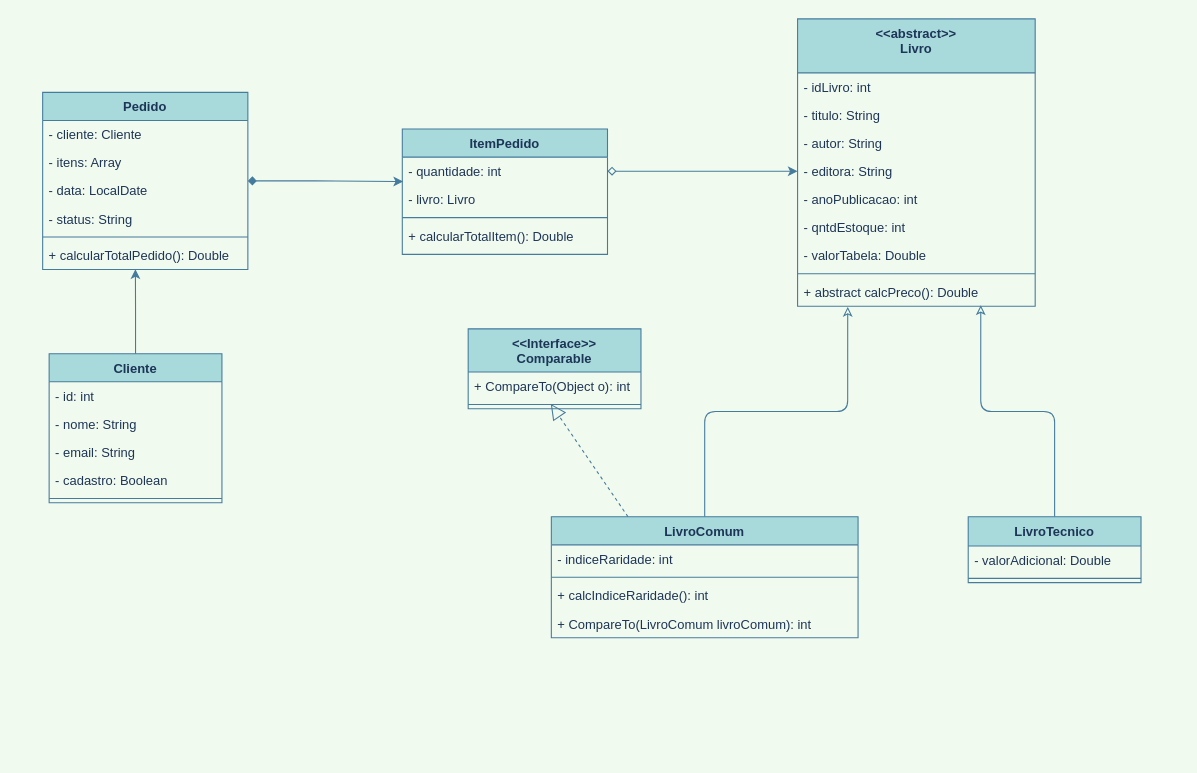
Silvanoeng/CheckpointPOO keeps this draw.io diagram as DiagramaUML/POO-Checkpoint-UML-Diagram.drawio. Above is the earlier version. Source tidied: cells renumbered, new cells numbered last; positions are measured from the earlier drawing's top-left corner, leaving out a move shared by most shapes. Both pictures are drawn from the tidied source at 108%, with x=0, y=0 at pixel (42, 18).
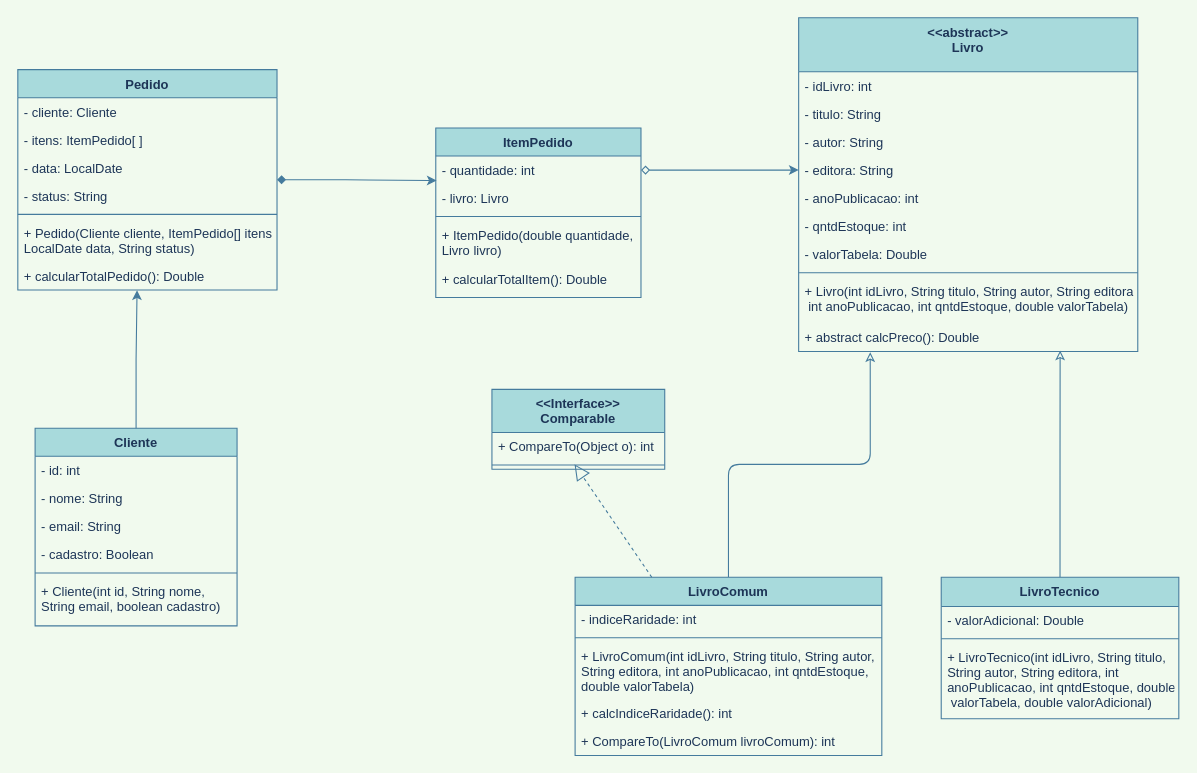
The same diagram, later.

Commit message (it also covers changes not shown here):
alteração UML

Diff of the diagram source:
```diff
@@
     <mxCell id="2" value="&lt;&lt;abstract&gt;&gt;&#10;Livro" style="swimlane;fontStyle=1;align=center;verticalAlign=top;horizontal=1;startSize=50;fillColor=#A8DADC;strokeColor=#457B9D;fontColor=#1D3557;" parent="1" vertex="1">
-      <mxGeometry x="699" width="220" height="266" as="geometry" />
+      <mxGeometry x="700" y="-1" width="314" height="309" as="geometry" />
     </mxCell>
     <mxCell id="3" value="- idLivro: int" style="text;strokeColor=none;fillColor=none;align=left;verticalAlign=top;spacingLeft=4;spacingRight=4;overflow=hidden;fontColor=#1D3557;" parent="2" vertex="1">
-      <mxGeometry y="50" width="220" height="26" as="geometry" />
+      <mxGeometry y="50" width="314" height="26" as="geometry" />
     </mxCell>
     <mxCell id="4" value="- titulo: String" style="text;strokeColor=none;fillColor=none;align=left;verticalAlign=top;spacingLeft=4;spacingRight=4;overflow=hidden;fontColor=#1D3557;" parent="2" vertex="1">
-      <mxGeometry y="76" width="220" height="26" as="geometry" />
+      <mxGeometry y="76" width="314" height="26" as="geometry" />
     </mxCell>
     <mxCell id="5" value="- autor: String" style="text;strokeColor=none;fillColor=none;align=left;verticalAlign=top;spacingLeft=4;spacingRight=4;overflow=hidden;fontColor=#1D3557;" parent="2" vertex="1">
-      <mxGeometry y="102" width="220" height="26" as="geometry" />
+      <mxGeometry y="102" width="314" height="26" as="geometry" />
     </mxCell>
     <mxCell id="6" value="- editora: String" style="text;strokeColor=none;fillColor=none;align=left;verticalAlign=top;spacingLeft=4;spacingRight=4;overflow=hidden;points=[[0,0.5],[1,0.5]];portConstraint=eastwest;fontColor=#1D3557;" parent="2" vertex="1">
-      <mxGeometry y="128" width="220" height="26" as="geometry" />
+      <mxGeometry y="128" width="314" height="26" as="geometry" />
     </mxCell>
     <mxCell id="7" value="- anoPublicacao: int" style="text;strokeColor=none;fillColor=none;align=left;verticalAlign=top;spacingLeft=4;spacingRight=4;overflow=hidden;fontColor=#1D3557;" parent="2" vertex="1">
-      <mxGeometry y="154" width="220" height="26" as="geometry" />
+      <mxGeometry y="154" width="314" height="26" as="geometry" />
     </mxCell>
     <mxCell id="8" value="- qntdEstoque: int" style="text;strokeColor=none;fillColor=none;align=left;verticalAlign=top;spacingLeft=4;spacingRight=4;overflow=hidden;fontColor=#1D3557;" parent="2" vertex="1">
-      <mxGeometry y="180" width="220" height="26" as="geometry" />
+      <mxGeometry y="180" width="314" height="26" as="geometry" />
     </mxCell>
     <mxCell id="9" value="- valorTabela: Double" style="text;strokeColor=none;fillColor=none;align=left;verticalAlign=top;spacingLeft=4;spacingRight=4;overflow=hidden;fontColor=#1D3557;" parent="2" vertex="1">
-      <mxGeometry y="206" width="220" height="26" as="geometry" />
+      <mxGeometry y="206" width="314" height="26" as="geometry" />
     </mxCell>
     <mxCell id="10" style="line;strokeWidth=1;fillColor=none;align=left;verticalAlign=middle;spacingTop=-1;spacingLeft=3;spacingRight=3;labelPosition=right;labelBackgroundColor=#F1FAEE;strokeColor=#457B9D;fontColor=#1D3557;" parent="2" vertex="1">
-      <mxGeometry y="232" width="220" height="8" as="geometry" />
+      <mxGeometry y="232" width="314" height="8" as="geometry" />
     </mxCell>
+    <mxCell id="47" value="+ Livro(int idLivro, String titulo, String autor, String editora,&#10; int anoPublicacao, int qntdEstoque, double valorTabela)" style="text;strokeColor=none;fillColor=none;align=left;verticalAlign=top;spacingLeft=4;spacingRight=4;overflow=hidden;fontColor=#1D3557;" parent="2" vertex="1">
+      <mxGeometry y="240" width="314" height="43" as="geometry" />
+    </mxCell>
     <mxCell id="11" value="+ abstract calcPreco(): Double" style="text;strokeColor=none;fillColor=none;align=left;verticalAlign=top;spacingLeft=4;spacingRight=4;overflow=hidden;points=[[0,0.5],[1,0.5]];portConstraint=eastwest;fontColor=#1D3557;" parent="2" vertex="1">
-      <mxGeometry y="240" width="220" height="26" as="geometry" />
+      <mxGeometry y="283" width="314" height="26" as="geometry" />
     </mxCell>
     <mxCell id="12" value="Cliente" style="swimlane;fontStyle=1;align=center;verticalAlign=top;horizontal=1;startSize=26;fillColor=#A8DADC;strokeColor=#457B9D;fontColor=#1D3557;" parent="1" vertex="1">
-      <mxGeometry x="6" y="310" width="160" height="138" as="geometry" />
+      <mxGeometry x="-7" y="379" width="187" height="183" as="geometry" />
     </mxCell>
     <mxCell id="13" value="- id: int" style="text;strokeColor=none;fillColor=none;align=left;verticalAlign=top;spacingLeft=4;spacingRight=4;overflow=hidden;fontColor=#1D3557;" parent="12" vertex="1">
-      <mxGeometry y="26" width="160" height="26" as="geometry" />
+      <mxGeometry y="26" width="187" height="26" as="geometry" />
     </mxCell>
     <mxCell id="14" value="- nome: String" style="text;strokeColor=none;fillColor=none;align=left;verticalAlign=top;spacingLeft=4;spacingRight=4;overflow=hidden;fontColor=#1D3557;" parent="12" vertex="1">
-      <mxGeometry y="52" width="160" height="26" as="geometry" />
+      <mxGeometry y="52" width="187" height="26" as="geometry" />
     </mxCell>
     <mxCell id="15" value="- email: String" style="text;strokeColor=none;fillColor=none;align=left;verticalAlign=top;spacingLeft=4;spacingRight=4;overflow=hidden;fontColor=#1D3557;" parent="12" vertex="1">
-      <mxGeometry y="78" width="160" height="26" as="geometry" />
+      <mxGeometry y="78" width="187" height="26" as="geometry" />
     </mxCell>
     <mxCell id="16" value="- cadastro: Boolean" style="text;strokeColor=none;fillColor=none;align=left;verticalAlign=top;spacingLeft=4;spacingRight=4;overflow=hidden;fontColor=#1D3557;" parent="12" vertex="1">
-      <mxGeometry y="104" width="160" height="26" as="geometry" />
+      <mxGeometry y="104" width="187" height="26" as="geometry" />
     </mxCell>
     <mxCell id="17" style="line;strokeWidth=1;fillColor=none;align=left;verticalAlign=middle;spacingTop=-1;spacingLeft=3;spacingRight=3;labelPosition=right;labelBackgroundColor=#F1FAEE;strokeColor=#457B9D;fontColor=#1D3557;" parent="12" vertex="1">
-      <mxGeometry y="130" width="160" height="8" as="geometry" />
+      <mxGeometry y="130" width="187" height="8" as="geometry" />
     </mxCell>
+    <mxCell id="48" value="+ Cliente(int id, String nome, &#10;String email, boolean cadastro)" style="text;strokeColor=none;fillColor=none;align=left;verticalAlign=top;spacingLeft=4;spacingRight=4;overflow=hidden;fontColor=#1D3557;" parent="12" vertex="1">
+      <mxGeometry y="138" width="187" height="45" as="geometry" />
+    </mxCell>
-    <mxCell id="18" style="edgeStyle=orthogonalEdgeStyle;rounded=0;jettySize=auto;html=1;entryX=0.452;entryY=0.991;entryDx=0;entryDy=0;entryPerimeter=0;endArrow=classic;endFill=1;exitX=0.5;exitY=0;exitDx=0;exitDy=0;labelBackgroundColor=#F1FAEE;strokeColor=#457B9D;fontColor=#1D3557;" parent="1" edge="1" source="12" target="26">
+    <mxCell id="18" style="edgeStyle=orthogonalEdgeStyle;rounded=0;jettySize=auto;html=1;entryX=0.46;entryY=1.011;entryDx=0;entryDy=0;entryPerimeter=0;endArrow=classic;endFill=1;exitX=0.5;exitY=0;exitDx=0;exitDy=0;labelBackgroundColor=#F1FAEE;strokeColor=#457B9D;fontColor=#1D3557;" parent="1" edge="1" source="12" target="49">
       <mxGeometry relative="1" as="geometry" />
     </mxCell>
@@
     <mxCell id="20" value="Pedido" style="swimlane;fontStyle=1;align=center;verticalAlign=top;horizontal=1;startSize=26;fillColor=#A8DADC;strokeColor=#457B9D;fontColor=#1D3557;" parent="1" vertex="1">
-      <mxGeometry y="68" width="190" height="164" as="geometry" />
+      <mxGeometry x="-23" y="47" width="240" height="204" as="geometry" />
     </mxCell>
     <mxCell id="21" value="- cliente: Cliente" style="text;strokeColor=none;fillColor=none;align=left;verticalAlign=top;spacingLeft=4;spacingRight=4;overflow=hidden;fontColor=#1D3557;" parent="20" vertex="1">
-      <mxGeometry y="26" width="190" height="26" as="geometry" />
+      <mxGeometry y="26" width="240" height="26" as="geometry" />
     </mxCell>
-    <mxCell id="22" value="- itens: Array" style="text;strokeColor=none;fillColor=none;align=left;verticalAlign=top;spacingLeft=4;spacingRight=4;overflow=hidden;fontColor=#1D3557;" parent="20" vertex="1">
-      <mxGeometry y="52" width="190" height="26" as="geometry" />
+    <mxCell id="22" value="- itens: ItemPedido[ ]" style="text;strokeColor=none;fillColor=none;align=left;verticalAlign=top;spacingLeft=4;spacingRight=4;overflow=hidden;fontColor=#1D3557;" parent="20" vertex="1">
+      <mxGeometry y="52" width="240" height="26" as="geometry" />
     </mxCell>
     <mxCell id="23" value="- data: LocalDate" style="text;strokeColor=none;fillColor=none;align=left;verticalAlign=top;spacingLeft=4;spacingRight=4;overflow=hidden;fontColor=#1D3557;" parent="20" vertex="1">
-      <mxGeometry y="78" width="190" height="26" as="geometry" />
+      <mxGeometry y="78" width="240" height="26" as="geometry" />
     </mxCell>
     <mxCell id="24" value="- status: String" style="text;strokeColor=none;fillColor=none;align=left;verticalAlign=top;spacingLeft=4;spacingRight=4;overflow=hidden;fontColor=#1D3557;" parent="20" vertex="1">
-      <mxGeometry y="104" width="190" height="26" as="geometry" />
+      <mxGeometry y="104" width="240" height="26" as="geometry" />
     </mxCell>
     <mxCell id="25" style="line;strokeWidth=1;fillColor=none;align=left;verticalAlign=middle;spacingTop=-1;spacingLeft=3;spacingRight=3;labelPosition=right;labelBackgroundColor=#F1FAEE;strokeColor=#457B9D;fontColor=#1D3557;" parent="20" vertex="1">
-      <mxGeometry y="130" width="190" height="8" as="geometry" />
+      <mxGeometry y="130" width="240" height="8" as="geometry" />
     </mxCell>
-    <mxCell id="26" value="+ calcularTotalPedido(): Double" style="text;strokeColor=none;fillColor=none;align=left;verticalAlign=top;spacingLeft=4;spacingRight=4;overflow=hidden;points=[[0,0.5],[1,0.5]];portConstraint=eastwest;fontColor=#1D3557;" parent="20" vertex="1">
-      <mxGeometry y="138" width="190" height="26" as="geometry" />
+    <mxCell id="26" value="+ Pedido(Cliente cliente, ItemPedido[] itens, &#10;LocalDate data, String status)" style="text;strokeColor=none;fillColor=none;align=left;verticalAlign=top;spacingLeft=4;spacingRight=4;overflow=hidden;points=[[0,0.5],[1,0.5]];portConstraint=eastwest;fontColor=#1D3557;" parent="20" vertex="1">
+      <mxGeometry y="138" width="240" height="40" as="geometry" />
     </mxCell>
+    <mxCell id="49" value="+ calcularTotalPedido(): Double" style="text;strokeColor=none;fillColor=none;align=left;verticalAlign=top;spacingLeft=4;spacingRight=4;overflow=hidden;points=[[0,0.5],[1,0.5]];portConstraint=eastwest;fontColor=#1D3557;" parent="20" vertex="1">
+      <mxGeometry y="178" width="240" height="26" as="geometry" />
+    </mxCell>
@@
     <mxCell id="28" value="LivroComum" style="swimlane;fontStyle=1;align=center;verticalAlign=top;horizontal=1;startSize=26;fillColor=#A8DADC;strokeColor=#457B9D;fontColor=#1D3557;" parent="1" vertex="1">
-      <mxGeometry x="471" y="461" width="284" height="112" as="geometry" />
+      <mxGeometry x="493" y="517" width="284" height="165" as="geometry" />
     </mxCell>
@@
+    <mxCell id="50" value="+ LivroComum(int idLivro, String titulo, String autor, &#10;String editora, int anoPublicacao, int qntdEstoque, &#10;double valorTabela)" style="text;strokeColor=none;fillColor=none;align=left;verticalAlign=top;spacingLeft=4;spacingRight=4;overflow=hidden;fontColor=#1D3557;" parent="28" vertex="1">
+      <mxGeometry y="60" width="284" height="53" as="geometry" />
+    </mxCell>
     <mxCell id="31" value="+ calcIndiceRaridade(): int" style="text;strokeColor=none;fillColor=none;align=left;verticalAlign=top;spacingLeft=4;spacingRight=4;overflow=hidden;fontColor=#1D3557;" parent="28" vertex="1">
-      <mxGeometry y="60" width="284" height="26" as="geometry" />
+      <mxGeometry y="113" width="284" height="26" as="geometry" />
     </mxCell>
     <mxCell id="32" value="+ CompareTo(LivroComum livroComum): int" style="text;strokeColor=none;fillColor=none;align=left;verticalAlign=top;spacingLeft=4;spacingRight=4;overflow=hidden;fontColor=#1D3557;" parent="28" vertex="1">
-      <mxGeometry y="86" width="284" height="26" as="geometry" />
+      <mxGeometry y="139" width="284" height="26" as="geometry" />
     </mxCell>
     <mxCell id="33" value="&lt;&lt;Interface&gt;&gt;&#10;Comparable" style="swimlane;fontStyle=1;align=center;verticalAlign=top;horizontal=1;startSize=40;fillColor=#A8DADC;strokeColor=#457B9D;fontColor=#1D3557;" parent="1" vertex="1">
-      <mxGeometry x="394" y="287" width="160" height="74" as="geometry" />
+      <mxGeometry x="416" y="343" width="160" height="74" as="geometry" />
     </mxCell>
@@
     <mxCell id="37" value="ItemPedido" style="swimlane;fontStyle=1;align=center;verticalAlign=top;horizontal=1;startSize=26;fillColor=#A8DADC;strokeColor=#457B9D;fontColor=#1D3557;" parent="1" vertex="1">
-      <mxGeometry x="333" y="102" width="190" height="116" as="geometry" />
+      <mxGeometry x="364" y="101" width="190" height="157" as="geometry" />
     </mxCell>
@@
-    <mxCell id="41" value="+ calcularTotalItem(): Double" style="text;strokeColor=none;fillColor=none;align=left;verticalAlign=top;spacingLeft=4;spacingRight=4;overflow=hidden;fontColor=#1D3557;" parent="37" vertex="1">
-      <mxGeometry y="86" width="190" height="30" as="geometry" />
+    <mxCell id="41" value="+ ItemPedido(double quantidade, &#10;Livro livro)" style="text;strokeColor=none;fillColor=none;align=left;verticalAlign=top;spacingLeft=4;spacingRight=4;overflow=hidden;fontColor=#1D3557;" parent="37" vertex="1">
+      <mxGeometry y="86" width="190" height="41" as="geometry" />
     </mxCell>
+    <mxCell id="51" value="+ calcularTotalItem(): Double" style="text;strokeColor=none;fillColor=none;align=left;verticalAlign=top;spacingLeft=4;spacingRight=4;overflow=hidden;fontColor=#1D3557;" parent="37" vertex="1">
+      <mxGeometry y="127" width="190" height="30" as="geometry" />
+    </mxCell>
@@
     <mxCell id="44" value="LivroTecnico" style="swimlane;fontStyle=1;align=center;verticalAlign=top;horizontal=1;startSize=27;fillColor=#A8DADC;strokeColor=#457B9D;fontColor=#1D3557;" parent="1" vertex="1">
-      <mxGeometry x="857" y="461" width="160" height="61" as="geometry" />
+      <mxGeometry x="832" y="517" width="220" height="131" as="geometry" />
     </mxCell>
     <mxCell id="45" value="- valorAdicional: Double" style="text;strokeColor=none;fillColor=none;align=left;verticalAlign=top;spacingLeft=4;spacingRight=4;overflow=hidden;fontColor=#1D3557;" parent="44" vertex="1">
-      <mxGeometry y="27" width="160" height="26" as="geometry" />
+      <mxGeometry y="27" width="220" height="26" as="geometry" />
     </mxCell>
     <mxCell id="46" style="line;strokeWidth=1;fillColor=none;align=left;verticalAlign=middle;spacingTop=-1;spacingLeft=3;spacingRight=3;labelPosition=right;labelBackgroundColor=#F1FAEE;strokeColor=#457B9D;fontColor=#1D3557;" parent="44" vertex="1">
-      <mxGeometry y="53" width="160" height="8" as="geometry" />
+      <mxGeometry y="53" width="220" height="8" as="geometry" />
     </mxCell>
+    <mxCell id="52" value="+ LivroTecnico(int idLivro, String titulo, &#10;String autor, String editora, int &#10;anoPublicacao, int qntdEstoque, double&#10; valorTabela, double valorAdicional)" style="text;strokeColor=none;fillColor=none;align=left;verticalAlign=top;spacingLeft=4;spacingRight=4;overflow=hidden;fontColor=#1D3557;" parent="44" vertex="1">
+      <mxGeometry y="61" width="220" height="70" as="geometry" />
+    </mxCell>
```
